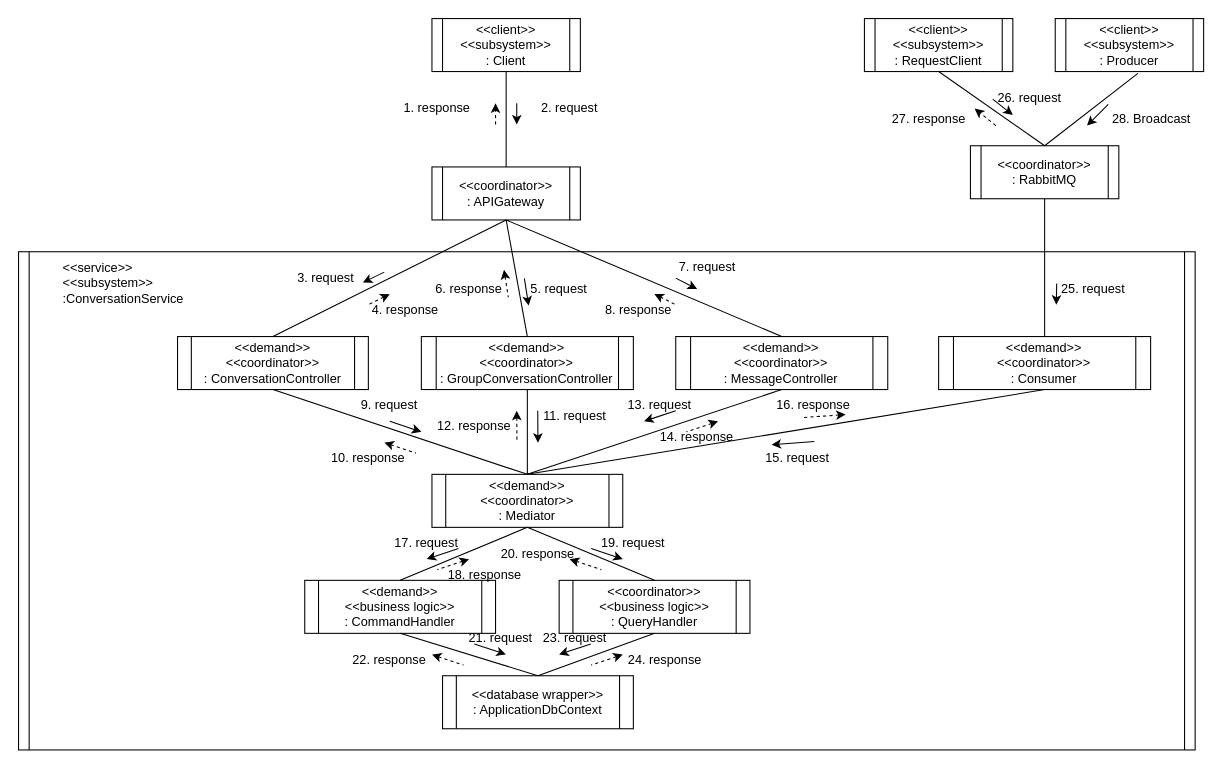
Before: docs/Subsystem Diagram/Conversation.subsystem.drawio in Carl-Johnsons/Chat-Application, a draw.io diagram. Source tidied: cells renumbered, new cells numbered last; positions are measured from the earlier drawing's top-left corner, leaving out a move shared by most shapes. Both pictures are drawn from the tidied source at 106%, with x=0, y=0 at pixel (18, 18).
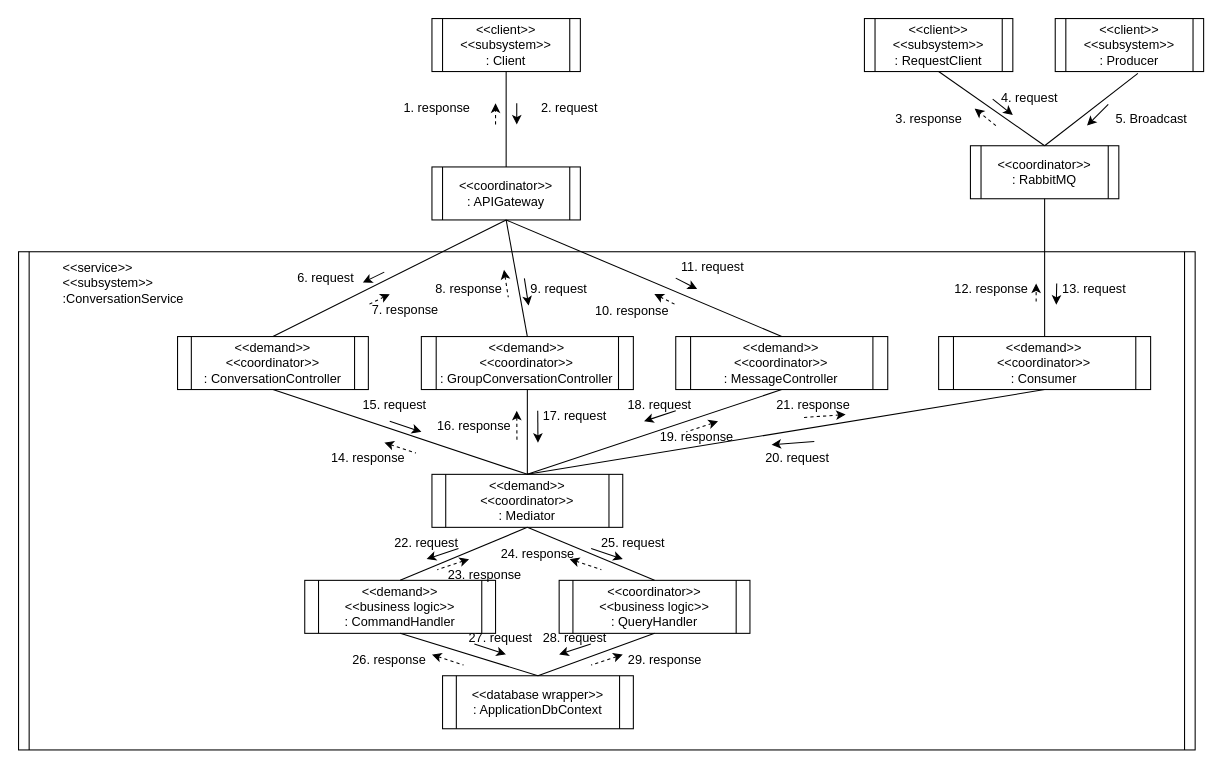
The same diagram, later.

Diff of the diagram source:
```diff
@@
-    <mxCell id="42" value="27. response" style="text;html=1;strokeColor=none;fillColor=none;align=center;verticalAlign=middle;whiteSpace=wrap;rounded=0;" parent="1" vertex="1">
+    <mxCell id="42" value="3. response" style="text;html=1;strokeColor=none;fillColor=none;align=center;verticalAlign=middle;whiteSpace=wrap;rounded=0;" parent="1" vertex="1">
       <mxGeometry x="820" y="80" width="78" height="30" as="geometry" />
     </mxCell>
-    <mxCell id="43" value="28. Broadcast" style="text;html=1;strokeColor=none;fillColor=none;align=center;verticalAlign=middle;whiteSpace=wrap;rounded=0;" parent="1" vertex="1">
+    <mxCell id="43" value="5. Broadcast" style="text;html=1;strokeColor=none;fillColor=none;align=center;verticalAlign=middle;whiteSpace=wrap;rounded=0;" parent="1" vertex="1">
       <mxGeometry x="1028" y="80" width="82" height="30" as="geometry" />
     </mxCell>
@@
-    <mxCell id="64" value="3. request" style="text;html=1;strokeColor=none;fillColor=none;align=center;verticalAlign=middle;whiteSpace=wrap;rounded=0;" parent="1" vertex="1">
+    <mxCell id="64" value="6. request" style="text;html=1;strokeColor=none;fillColor=none;align=center;verticalAlign=middle;whiteSpace=wrap;rounded=0;" parent="1" vertex="1">
       <mxGeometry x="260" y="230" width="60" height="30" as="geometry" />
     </mxCell>
-    <mxCell id="65" value="4. response" style="text;html=1;strokeColor=none;fillColor=none;align=center;verticalAlign=middle;whiteSpace=wrap;rounded=0;" parent="1" vertex="1">
+    <mxCell id="65" value="7. response" style="text;html=1;strokeColor=none;fillColor=none;align=center;verticalAlign=middle;whiteSpace=wrap;rounded=0;" parent="1" vertex="1">
       <mxGeometry x="330" y="260" width="70" height="30" as="geometry" />
     </mxCell>
-    <mxCell id="66" value="6. response" style="text;html=1;strokeColor=none;fillColor=none;align=center;verticalAlign=middle;whiteSpace=wrap;rounded=0;" parent="1" vertex="1">
+    <mxCell id="66" value="8. response" style="text;html=1;strokeColor=none;fillColor=none;align=center;verticalAlign=middle;whiteSpace=wrap;rounded=0;" parent="1" vertex="1">
       <mxGeometry x="390" y="240" width="70" height="30" as="geometry" />
     </mxCell>
-    <mxCell id="67" value="8. response" style="text;html=1;strokeColor=none;fillColor=none;align=center;verticalAlign=middle;whiteSpace=wrap;rounded=0;" parent="1" vertex="1">
-      <mxGeometry x="550" y="260" width="70" height="30" as="geometry" />
+    <mxCell id="67" value="10. response" style="text;html=1;strokeColor=none;fillColor=none;align=center;verticalAlign=middle;whiteSpace=wrap;rounded=0;" parent="1" vertex="1">
+      <mxGeometry x="539" y="261" width="80" height="30" as="geometry" />
     </mxCell>
-    <mxCell id="68" value="10. response" style="text;html=1;strokeColor=none;fillColor=none;align=center;verticalAlign=middle;whiteSpace=wrap;rounded=0;" parent="1" vertex="1">
+    <mxCell id="68" value="14. response" style="text;html=1;strokeColor=none;fillColor=none;align=center;verticalAlign=middle;whiteSpace=wrap;rounded=0;" parent="1" vertex="1">
       <mxGeometry x="290" y="400" width="80" height="30" as="geometry" />
     </mxCell>
-    <mxCell id="69" value="12. response" style="text;html=1;strokeColor=none;fillColor=none;align=center;verticalAlign=middle;whiteSpace=wrap;rounded=0;" parent="1" vertex="1">
+    <mxCell id="69" value="16. response" style="text;html=1;strokeColor=none;fillColor=none;align=center;verticalAlign=middle;whiteSpace=wrap;rounded=0;" parent="1" vertex="1">
       <mxGeometry x="390" y="370" width="80" height="30" as="geometry" />
     </mxCell>
-    <mxCell id="70" value="14. response" style="text;html=1;strokeColor=none;fillColor=none;align=center;verticalAlign=middle;whiteSpace=wrap;rounded=0;" parent="1" vertex="1">
+    <mxCell id="70" value="19. response" style="text;html=1;strokeColor=none;fillColor=none;align=center;verticalAlign=middle;whiteSpace=wrap;rounded=0;" parent="1" vertex="1">
       <mxGeometry x="600" y="380" width="80" height="30" as="geometry" />
     </mxCell>
-    <mxCell id="71" value="16. response" style="text;html=1;strokeColor=none;fillColor=none;align=center;verticalAlign=middle;whiteSpace=wrap;rounded=0;" parent="1" vertex="1">
+    <mxCell id="71" value="21. response" style="text;html=1;strokeColor=none;fillColor=none;align=center;verticalAlign=middle;whiteSpace=wrap;rounded=0;" parent="1" vertex="1">
       <mxGeometry x="710" y="350" width="80" height="30" as="geometry" />
     </mxCell>
-    <mxCell id="72" value="18. response" style="text;html=1;strokeColor=none;fillColor=none;align=center;verticalAlign=middle;whiteSpace=wrap;rounded=0;" parent="1" vertex="1">
+    <mxCell id="72" value="23. response" style="text;html=1;strokeColor=none;fillColor=none;align=center;verticalAlign=middle;whiteSpace=wrap;rounded=0;" parent="1" vertex="1">
       <mxGeometry x="400" y="510" width="80" height="30" as="geometry" />
     </mxCell>
-    <mxCell id="73" value="20. response" style="text;html=1;strokeColor=none;fillColor=none;align=center;verticalAlign=middle;whiteSpace=wrap;rounded=0;" parent="1" vertex="1">
+    <mxCell id="73" value="24. response" style="text;html=1;strokeColor=none;fillColor=none;align=center;verticalAlign=middle;whiteSpace=wrap;rounded=0;" parent="1" vertex="1">
       <mxGeometry x="450" y="490" width="80" height="30" as="geometry" />
     </mxCell>
-    <mxCell id="74" value="5. request" style="text;html=1;strokeColor=none;fillColor=none;align=center;verticalAlign=middle;whiteSpace=wrap;rounded=0;" parent="1" vertex="1">
+    <mxCell id="74" value="9. request" style="text;html=1;strokeColor=none;fillColor=none;align=center;verticalAlign=middle;whiteSpace=wrap;rounded=0;" parent="1" vertex="1">
       <mxGeometry x="480" y="240" width="60" height="30" as="geometry" />
     </mxCell>
-    <mxCell id="75" value="7. request" style="text;html=1;strokeColor=none;fillColor=none;align=center;verticalAlign=middle;whiteSpace=wrap;rounded=0;" parent="1" vertex="1">
-      <mxGeometry x="620" y="220" width="60" height="30" as="geometry" />
+    <mxCell id="75" value="11. request" style="text;html=1;strokeColor=none;fillColor=none;align=center;verticalAlign=middle;whiteSpace=wrap;rounded=0;" parent="1" vertex="1">
+      <mxGeometry x="620" y="220" width="70" height="30" as="geometry" />
     </mxCell>
-    <mxCell id="76" value="9. request" style="text;html=1;strokeColor=none;fillColor=none;align=center;verticalAlign=middle;whiteSpace=wrap;rounded=0;" parent="1" vertex="1">
-      <mxGeometry x="320" y="350" width="60" height="30" as="geometry" />
+    <mxCell id="76" value="15. request" style="text;html=1;strokeColor=none;fillColor=none;align=center;verticalAlign=middle;whiteSpace=wrap;rounded=0;" parent="1" vertex="1">
+      <mxGeometry x="320" y="350" width="70" height="30" as="geometry" />
     </mxCell>
-    <mxCell id="77" value="11. request" style="text;html=1;strokeColor=none;fillColor=none;align=center;verticalAlign=middle;whiteSpace=wrap;rounded=0;" parent="1" vertex="1">
+    <mxCell id="77" value="17. request" style="text;html=1;strokeColor=none;fillColor=none;align=center;verticalAlign=middle;whiteSpace=wrap;rounded=0;" parent="1" vertex="1">
       <mxGeometry x="490" y="360" width="70" height="30" as="geometry" />
     </mxCell>
-    <mxCell id="78" value="13. request" style="text;html=1;strokeColor=none;fillColor=none;align=center;verticalAlign=middle;whiteSpace=wrap;rounded=0;" parent="1" vertex="1">
+    <mxCell id="78" value="18. request" style="text;html=1;strokeColor=none;fillColor=none;align=center;verticalAlign=middle;whiteSpace=wrap;rounded=0;" parent="1" vertex="1">
       <mxGeometry x="570" y="350" width="70" height="30" as="geometry" />
     </mxCell>
-    <mxCell id="79" value="15. request" style="text;html=1;strokeColor=none;fillColor=none;align=center;verticalAlign=middle;whiteSpace=wrap;rounded=0;" parent="1" vertex="1">
+    <mxCell id="79" value="20. request" style="text;html=1;strokeColor=none;fillColor=none;align=center;verticalAlign=middle;whiteSpace=wrap;rounded=0;" parent="1" vertex="1">
       <mxGeometry x="700" y="400" width="70" height="30" as="geometry" />
     </mxCell>
-    <mxCell id="80" value="17. request" style="text;html=1;strokeColor=none;fillColor=none;align=center;verticalAlign=middle;whiteSpace=wrap;rounded=0;" parent="1" vertex="1">
+    <mxCell id="80" value="22. request" style="text;html=1;strokeColor=none;fillColor=none;align=center;verticalAlign=middle;whiteSpace=wrap;rounded=0;" parent="1" vertex="1">
       <mxGeometry x="350" y="480" width="70" height="30" as="geometry" />
     </mxCell>
-    <mxCell id="81" value="19. request" style="text;html=1;strokeColor=none;fillColor=none;align=center;verticalAlign=middle;whiteSpace=wrap;rounded=0;" parent="1" vertex="1">
+    <mxCell id="81" value="25. request" style="text;html=1;strokeColor=none;fillColor=none;align=center;verticalAlign=middle;whiteSpace=wrap;rounded=0;" parent="1" vertex="1">
       <mxGeometry x="540" y="480" width="80" height="30" as="geometry" />
     </mxCell>
-    <mxCell id="82" value="21. request" style="text;html=1;strokeColor=none;fillColor=none;align=center;verticalAlign=middle;whiteSpace=wrap;rounded=0;" parent="1" vertex="1">
+    <mxCell id="82" value="27. request" style="text;html=1;strokeColor=none;fillColor=none;align=center;verticalAlign=middle;whiteSpace=wrap;rounded=0;" parent="1" vertex="1">
       <mxGeometry x="420" y="570" width="70" height="30" as="geometry" />
     </mxCell>
-    <mxCell id="83" value="23. request" style="text;html=1;strokeColor=none;fillColor=none;align=center;verticalAlign=middle;whiteSpace=wrap;rounded=0;" parent="1" vertex="1">
+    <mxCell id="83" value="28. request" style="text;html=1;strokeColor=none;fillColor=none;align=center;verticalAlign=middle;whiteSpace=wrap;rounded=0;" parent="1" vertex="1">
       <mxGeometry x="490" y="570" width="70" height="30" as="geometry" />
     </mxCell>
-    <mxCell id="84" value="25. request" style="text;html=1;strokeColor=none;fillColor=none;align=center;verticalAlign=middle;whiteSpace=wrap;rounded=0;" parent="1" vertex="1">
-      <mxGeometry x="978" y="240" width="72" height="30" as="geometry" />
+    <mxCell id="84" value="13. request" style="text;html=1;strokeColor=none;fillColor=none;align=center;verticalAlign=middle;whiteSpace=wrap;rounded=0;" parent="1" vertex="1">
+      <mxGeometry x="979" y="240" width="72" height="30" as="geometry" />
     </mxCell>
-    <mxCell id="85" value="26. request" style="text;html=1;strokeColor=none;fillColor=none;align=center;verticalAlign=middle;whiteSpace=wrap;rounded=0;" parent="1" vertex="1">
+    <mxCell id="85" value="4. request" style="text;html=1;strokeColor=none;fillColor=none;align=center;verticalAlign=middle;whiteSpace=wrap;rounded=0;" parent="1" vertex="1">
       <mxGeometry x="918" y="60" width="72" height="30" as="geometry" />
     </mxCell>
-    <mxCell id="86" value="22. response" style="text;html=1;strokeColor=none;fillColor=none;align=center;verticalAlign=middle;whiteSpace=wrap;rounded=0;" parent="1" vertex="1">
+    <mxCell id="86" value="26. response" style="text;html=1;strokeColor=none;fillColor=none;align=center;verticalAlign=middle;whiteSpace=wrap;rounded=0;" parent="1" vertex="1">
       <mxGeometry x="310" y="590" width="80" height="30" as="geometry" />
     </mxCell>
-    <mxCell id="87" value="24. response" style="text;html=1;strokeColor=none;fillColor=none;align=center;verticalAlign=middle;whiteSpace=wrap;rounded=0;" parent="1" vertex="1">
+    <mxCell id="87" value="29. response" style="text;html=1;strokeColor=none;fillColor=none;align=center;verticalAlign=middle;whiteSpace=wrap;rounded=0;" parent="1" vertex="1">
       <mxGeometry x="570" y="590" width="80" height="30" as="geometry" />
     </mxCell>
+    <mxCell id="88" style="endArrow=classic;html=1;dashed=1;" parent="1" edge="1">
+      <mxGeometry relative="1" as="geometry">
+        <mxPoint x="960" y="267" as="sourcePoint" />
+        <mxPoint x="960" y="250" as="targetPoint" />
+      </mxGeometry>
+    </mxCell>
+    <mxCell id="89" value="12. response" style="text;html=1;strokeColor=none;fillColor=none;align=center;verticalAlign=middle;whiteSpace=wrap;rounded=0;" parent="1" vertex="1">
+      <mxGeometry x="879" y="240" width="78" height="30" as="geometry" />
+    </mxCell>
```
